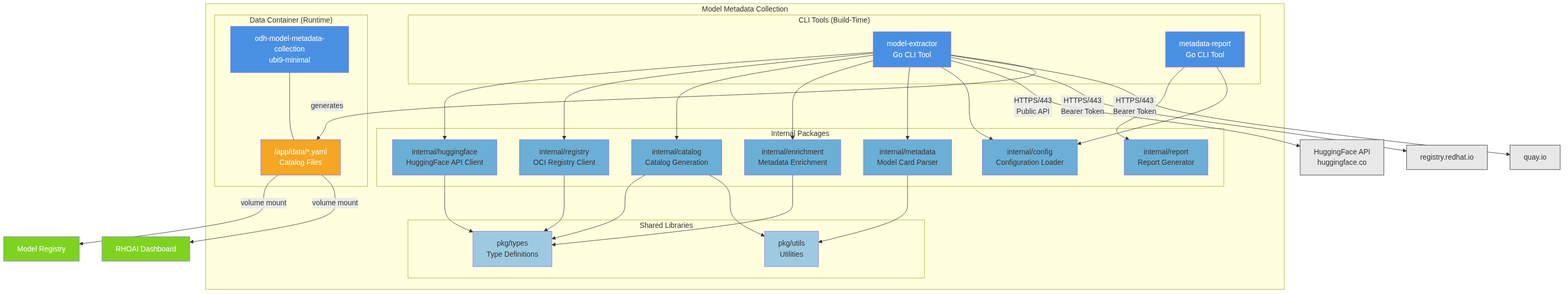
This is architecture/rhoai-3.4-ea.2/diagrams/model-metadata-collection-component.png from rhuss/architecture-context, a Mermaid export, as it was before one commit. Its source is kept beside it as architecture/rhoai-3.4-ea.2/diagrams/model-metadata-collection-component.mmd.
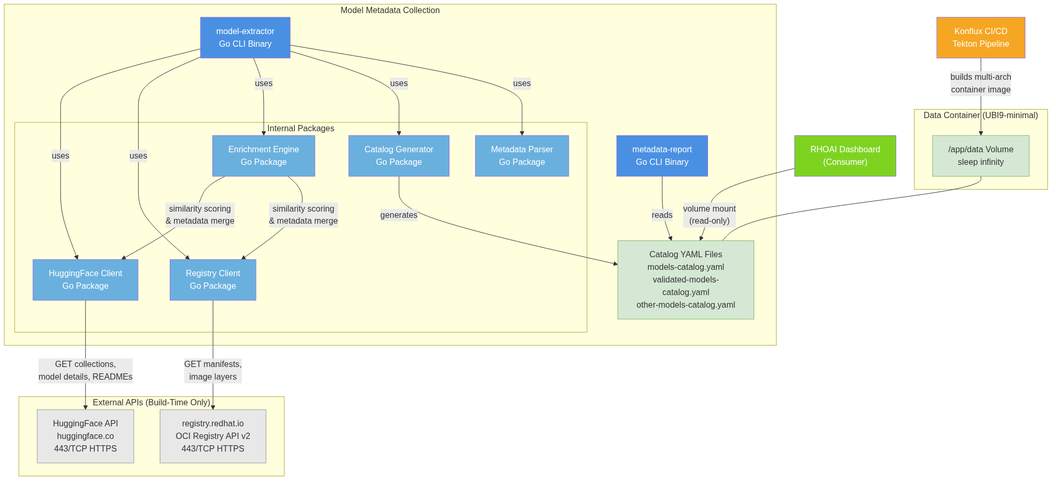
After the commit.

Change to the diagram source:
```diff
@@ -1,73 +1,57 @@
 
 graph TB
     subgraph "Model Metadata Collection"
-        subgraph "CLI Tools (Build-Time)"
-            Extractor["model-extractor<br/>Go CLI Tool"]
-            Reporter["metadata-report<br/>Go CLI Tool"]
+        direction TB
+        Extractor["model-extractor<br/>Go CLI Binary"]
+        Report["metadata-report<br/>Go CLI Binary"]
+
+        subgraph "Internal Packages"
+            HFClient["HuggingFace Client<br/>Go Package"]
+            RegClient["Registry Client<br/>Go Package"]
+            Enrichment["Enrichment Engine<br/>Go Package"]
+            CatalogGen["Catalog Generator<br/>Go Package"]
+            MetaParser["Metadata Parser<br/>Go Package"]
         end
 
-        subgraph "Internal Packages"
-            HFClient["internal/huggingface<br/>HuggingFace API Client"]
-            RegClient["internal/registry<br/>OCI Registry Client"]
-            CatalogPkg["internal/catalog<br/>Catalog Generation"]
-            EnrichPkg["internal/enrichment<br/>Metadata Enrichment"]
-            MetaPkg["internal/metadata<br/>Model Card Parser"]
-            ConfigPkg["internal/config<br/>Configuration Loader"]
-            ReportPkg["internal/report<br/>Report Generator"]
-        end
-
-        subgraph "Shared Libraries"
-            Types["pkg/types<br/>Type Definitions"]
-            Utils["pkg/utils<br/>Utilities"]
-        end
-
-        subgraph "Data Container (Runtime)"
-            Container["odh-model-metadata-collection<br/>ubi9-minimal"]
-            CatalogFiles["/app/data/*.yaml<br/>Catalog Files"]
-            Container --- CatalogFiles
-        end
+        Extractor -->|uses| HFClient
+        Extractor -->|uses| RegClient
+        Extractor -->|uses| Enrichment
+        Extractor -->|uses| CatalogGen
+        Extractor -->|uses| MetaParser
+        Report -->|reads| CatalogFiles
     end
 
-    Extractor --> HFClient
-    Extractor --> RegClient
-    Extractor --> CatalogPkg
-    Extractor --> EnrichPkg
-    Extractor --> MetaPkg
-    Extractor --> ConfigPkg
-    Reporter --> ReportPkg
-    Reporter --> ConfigPkg
+    subgraph "Data Container (UBI9-minimal)"
+        DataVolume["/app/data Volume<br/>sleep infinity"]
+        CatalogFiles["Catalog YAML Files<br/>models-catalog.yaml<br/>validated-models-catalog.yaml<br/>other-models-catalog.yaml"]
+        DataVolume --- CatalogFiles
+    end
 
-    HFClient --> Types
-    RegClient --> Types
-    CatalogPkg --> Types
-    EnrichPkg --> Types
-    MetaPkg --> Utils
-    CatalogPkg --> Utils
+    subgraph "External APIs (Build-Time Only)"
+        HuggingFace["HuggingFace API<br/>huggingface.co<br/>443/TCP HTTPS"]
+        RedHatRegistry["registry.redhat.io<br/>OCI Registry API v2<br/>443/TCP HTTPS"]
+    end
 
-    Extractor -->|"HTTPS/443<br/>Public API"| HuggingFace["HuggingFace API<br/>huggingface.co"]
-    Extractor -->|"HTTPS/443<br/>Bearer Token"| RedHatRegistry["registry.redhat.io"]
-    Extractor -->|"HTTPS/443<br/>Bearer Token"| Quay["quay.io"]
+    HFClient -->|"GET collections,<br/>model details, READMEs"| HuggingFace
+    RegClient -->|"GET manifests,<br/>image layers"| RedHatRegistry
+    Enrichment -->|"similarity scoring<br/>& metadata merge"| HFClient
+    Enrichment -->|"similarity scoring<br/>& metadata merge"| RegClient
+    CatalogGen -->|"generates"| CatalogFiles
 
-    Extractor -->|generates| CatalogFiles
+    Dashboard["RHOAI Dashboard<br/>(Consumer)"] -->|"volume mount<br/>(read-only)"| CatalogFiles
 
-    CatalogFiles -->|"volume mount"| ModelRegistry["Model Registry"]
-    CatalogFiles -->|"volume mount"| Dashboard["RHOAI Dashboard"]
+    Konflux["Konflux CI/CD<br/>Tekton Pipeline"] -->|"builds multi-arch<br/>container image"| DataVolume
 
     style Extractor fill:#4a90e2,color:#fff
-    style Reporter fill:#4a90e2,color:#fff
-    style Container fill:#4a90e2,color:#fff
-    style CatalogFiles fill:#f5a623,color:#fff
-    style HuggingFace fill:#e8e8e8,stroke:#333
-    style RedHatRegistry fill:#e8e8e8,stroke:#333
-    style Quay fill:#e8e8e8,stroke:#333
-    style ModelRegistry fill:#7ed321,color:#fff
+    style Report fill:#4a90e2,color:#fff
+    style HFClient fill:#6ab0de,color:#fff
+    style RegClient fill:#6ab0de,color:#fff
+    style Enrichment fill:#6ab0de,color:#fff
+    style CatalogGen fill:#6ab0de,color:#fff
+    style MetaParser fill:#6ab0de,color:#fff
+    style DataVolume fill:#d5e8d4,stroke:#82b366
+    style CatalogFiles fill:#d5e8d4,stroke:#82b366
+    style HuggingFace fill:#e8e8e8,stroke:#999
+    style RedHatRegistry fill:#e8e8e8,stroke:#999
     style Dashboard fill:#7ed321,color:#fff
-    style HFClient fill:#6baed6
-    style RegClient fill:#6baed6
-    style CatalogPkg fill:#6baed6
-    style EnrichPkg fill:#6baed6
-    style MetaPkg fill:#6baed6
-    style ConfigPkg fill:#6baed6
-    style ReportPkg fill:#6baed6
-    style Types fill:#9ecae1
-    style Utils fill:#9ecae1
+    style Konflux fill:#f5a623,color:#fff
```
